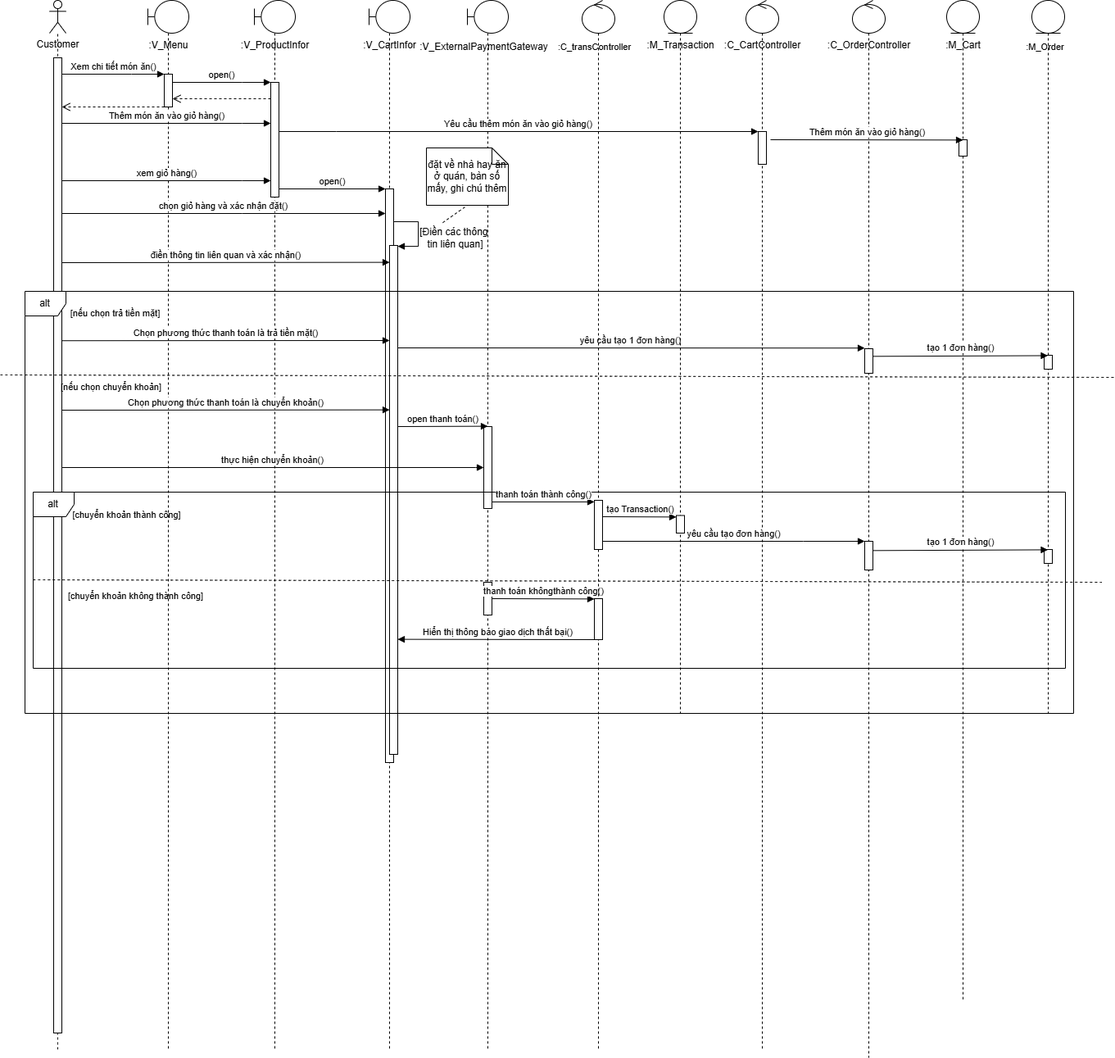
Minh-Quan-dz123/NHOM12-HeThongBanHangChoCuaHang keeps this draw.io diagram as Sequence Diagram/5_sequence khách đặt mua sản phẩm.drawio.png. Above is the earlier version. Source tidied: cells renumbered, new cells last; positions are measured from the earlier drawing's top-left corner, leaving out a move shared by most shapes.
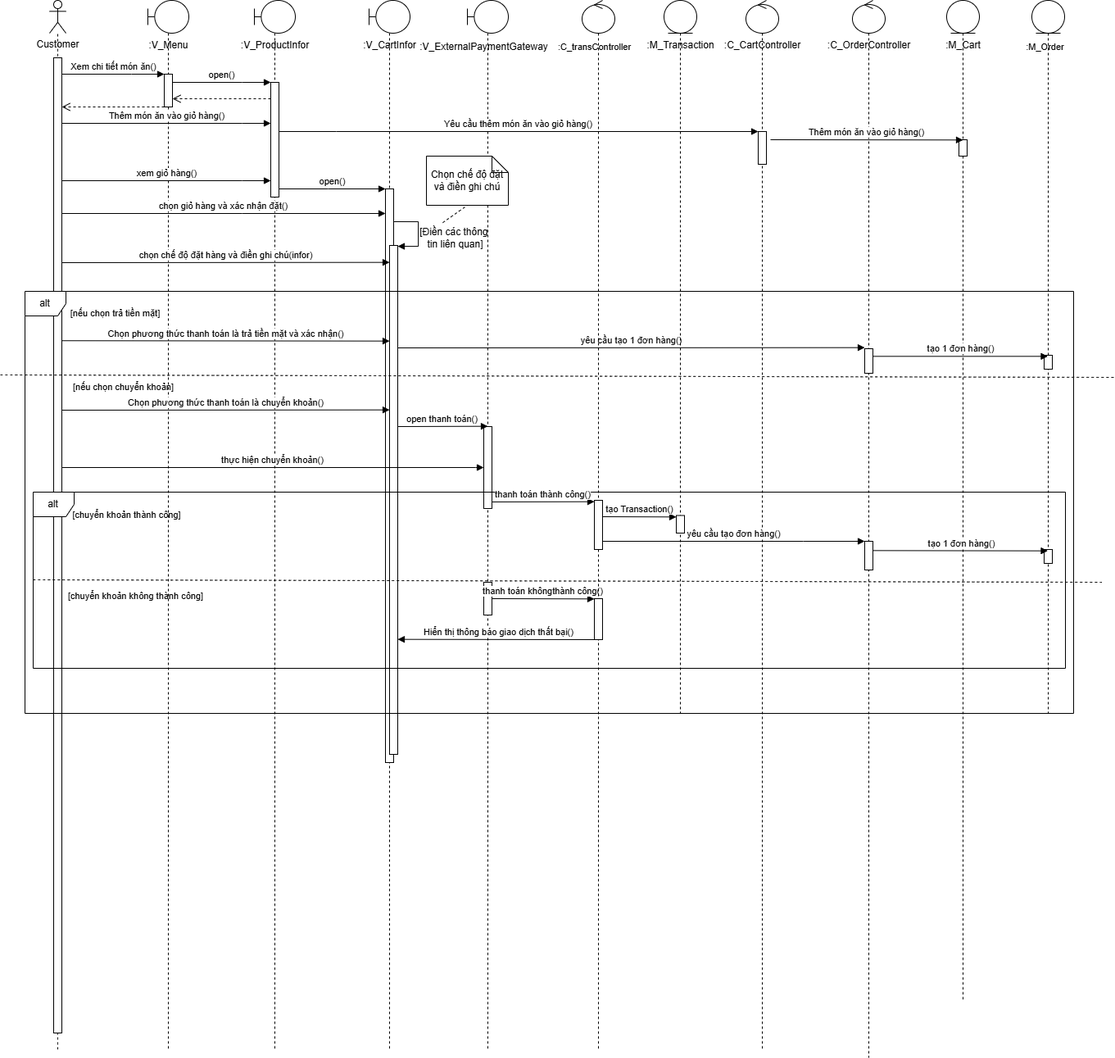
After the commit.

Change to the diagram source:
```diff
@@ -136,13 +136,13 @@
     <mxCell id="32" value="[Điền các thông&amp;nbsp;&lt;div&gt;tin liên quan]&lt;/div&gt;" style="text;html=1;align=center;verticalAlign=middle;points=[];strokeColor=none;fillColor=none;" parent="1" vertex="1">
       <mxGeometry x="500" y="270" width="110" height="40" as="geometry" />
     </mxCell>
-    <mxCell id="33" value="điền thông tin liên quan và xác nhận()" style="html=1;verticalAlign=bottom;endArrow=block;edgeStyle=elbowEdgeStyle;elbow=vertical;curved=0;rounded=0;" parent="1" edge="1" target="23">
+    <mxCell id="33" value="chọn chế độ đặt hàng và điền ghi chú(infor)" style="html=1;verticalAlign=bottom;endArrow=block;edgeStyle=elbowEdgeStyle;elbow=vertical;curved=0;rounded=0;" parent="1" edge="1" target="23">
       <mxGeometry relative="1" as="geometry">
         <mxPoint x="75" y="320" as="sourcePoint" />
       </mxGeometry>
     </mxCell>
-    <mxCell id="34" value="đặt về nhà hay ăn ở quán, bàn số mấy, ghi chú thêm" style="shape=note;size=20;whiteSpace=wrap;html=1;" parent="1" vertex="1">
-      <mxGeometry x="520" y="180" width="100" height="70" as="geometry" />
+    <mxCell id="34" value="Chọn chế độ đặt&lt;div&gt;và điền ghi chú&lt;/div&gt;" style="shape=note;size=20;whiteSpace=wrap;html=1;" parent="1" vertex="1">
+      <mxGeometry x="520" y="190" width="100" height="60" as="geometry" />
     </mxCell>
     <mxCell id="35" style="endArrow=none;dashed=1;html=1;rounded=0;exitX=0.363;exitY=0.03;exitDx=0;exitDy=0;exitPerimeter=0;entryX=0.5;entryY=1;entryDx=0;entryDy=0;entryPerimeter=0;" parent="1" edge="1" source="32" target="34">
       <mxGeometry relative="1" as="geometry" />
@@ -181,9 +181,9 @@
       </mxGeometry>
     </mxCell>
     <mxCell id="44" value="&lt;span style=&quot;font-size: 11px;&quot;&gt;[nếu chọn chuyển khoản]&lt;/span&gt;" style="text;html=1;align=center;verticalAlign=middle;strokeColor=none;fillColor=none;fontSize=16;" parent="40" vertex="1">
-      <mxGeometry x="30" y="100" width="150" height="30" as="geometry" />
+      <mxGeometry x="45" y="100" width="150" height="30" as="geometry" />
     </mxCell>
-    <mxCell id="45" value="Chọn phương thức thanh toán là trả tiền mặt()" style="html=1;verticalAlign=bottom;endArrow=block;edgeStyle=elbowEdgeStyle;elbow=vertical;curved=0;rounded=0;" parent="40" edge="1">
+    <mxCell id="45" value="Chọn phương thức thanh toán là trả tiền mặt và xác nhận()" style="html=1;verticalAlign=bottom;endArrow=block;edgeStyle=elbowEdgeStyle;elbow=vertical;curved=0;rounded=0;" parent="40" edge="1">
       <mxGeometry relative="1" as="geometry">
         <mxPoint x="45" y="60.2" as="sourcePoint" />
         <mxPoint x="445" y="60.2" as="targetPoint" />
```
